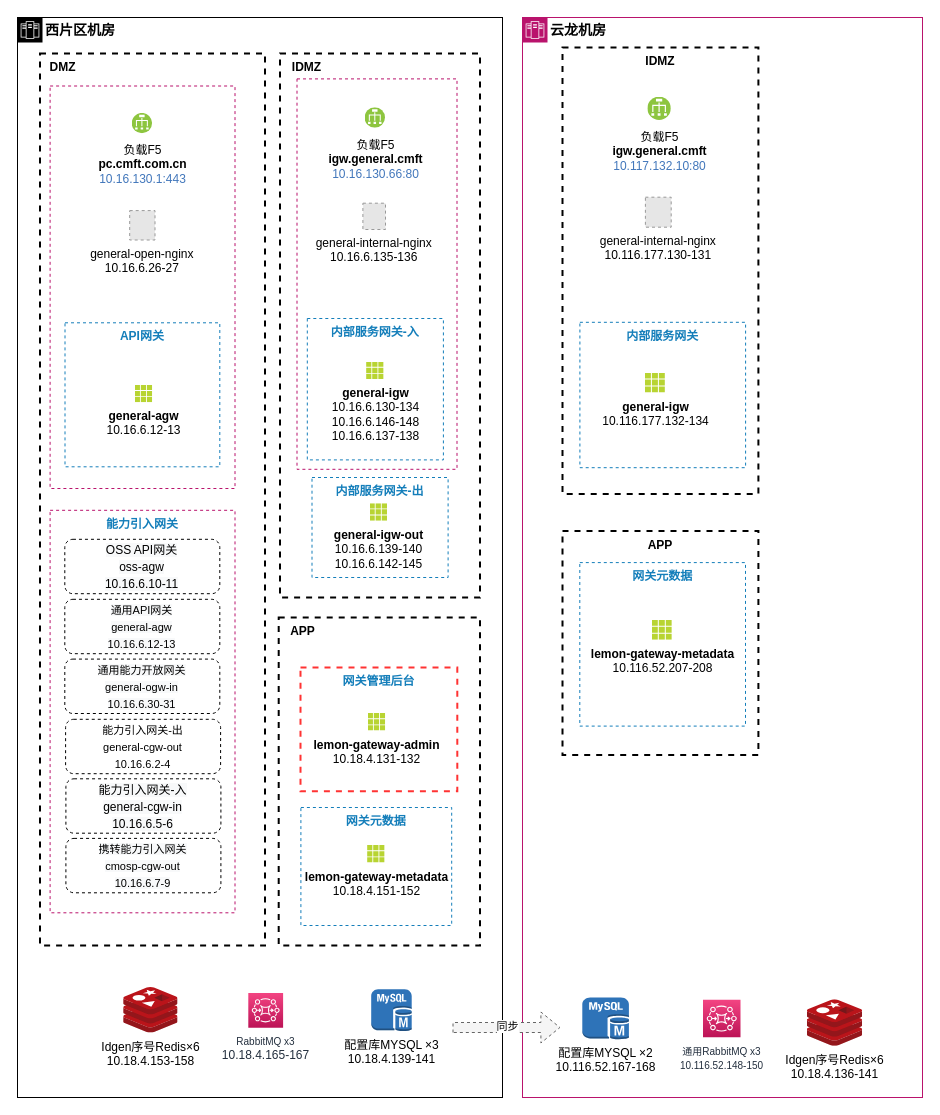
Above: page "现状部署图" (1 of 2) of drawio/通用中台网关现状.drawio in hezhuma/image-repo (draw.io), before the change. Source tidied: cells renumbered, new cells numbered last; positions are measured from the earlier drawing's top-left corner, leaving out a move shared by most shapes. Both pictures are drawn from the tidied source at 100%, with x=0, y=0 at pixel (17, 17). Pictures stored in the file or linked from it are replaced by grey dashed boxes.
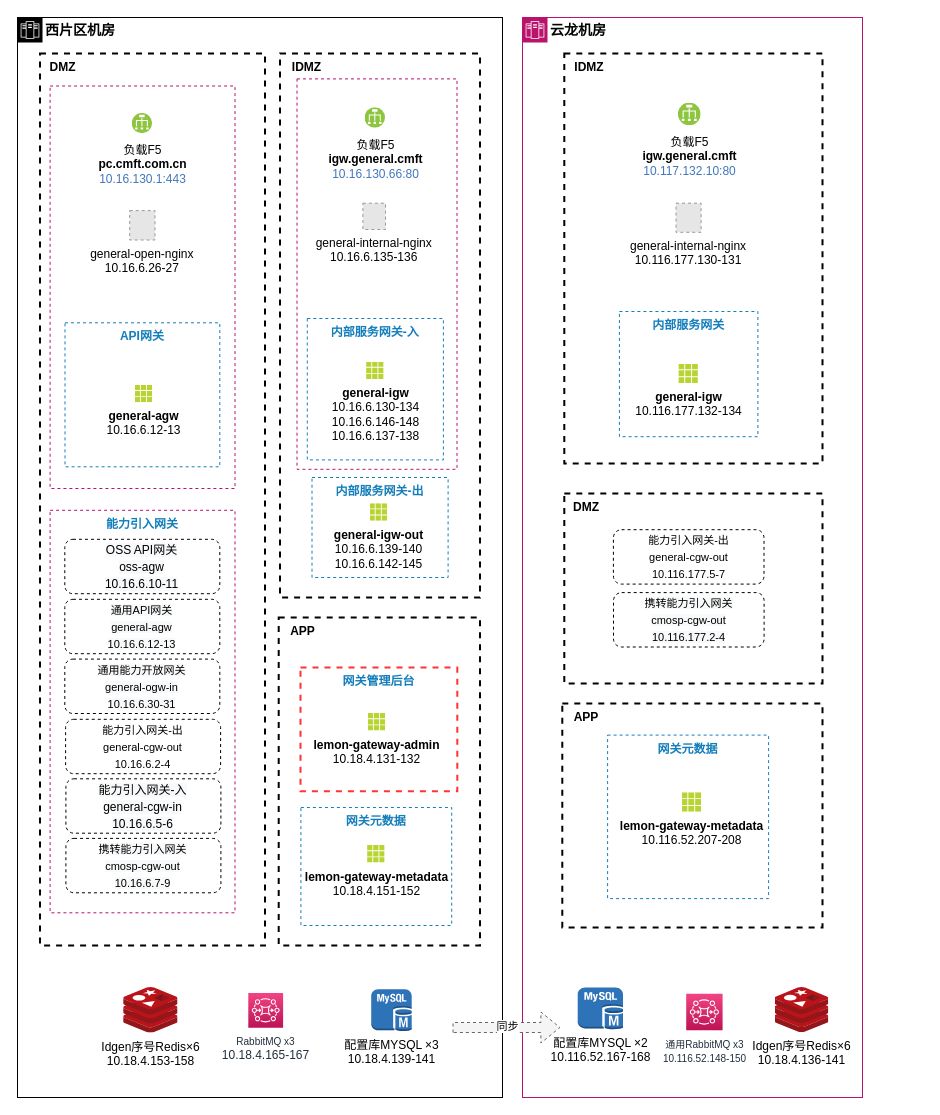
The same page after the edit.

The change refers to these unchanged cells:
```xml
<mxCell id="2" value="&lt;b&gt;西片区机房&lt;/b&gt;" style="shape=mxgraph.ibm.box;prType=zone;fontStyle=0;verticalAlign=top;align=left;spacingLeft=32;spacingTop=4;rounded=0;whiteSpace=wrap;html=1;strokeWidth=1;dashed=0;spacing=-4;fontSize=14;" parent="1" vertex="1">
  <mxGeometry width="485" height="1080" as="geometry" />
</mxCell>
```

Change to the diagram source:
```diff
@@
+    <mxCell id="31" value="能力引入网关" style="fillColor=none;strokeColor=#b9136c;dashed=1;verticalAlign=top;fontStyle=1;fontColor=#147EBA;" parent="2" vertex="1">
+      <mxGeometry x="32.6" y="492.8" width="184.9" height="402.5" as="geometry" />
+    </mxCell>
@@
-    <mxCell id="31" value="能力引入网关" style="fillColor=none;strokeColor=#b9136c;dashed=1;verticalAlign=top;fontStyle=1;fontColor=#147EBA;" parent="2" vertex="1">
-      <mxGeometry x="32.6" y="492.8" width="184.9" height="402.5" as="geometry" />
-    </mxCell>
@@
     <mxCell id="35" value="&lt;b&gt;云龙机房&lt;/b&gt;" style="shape=mxgraph.ibm.box;prType=zone;fontStyle=0;verticalAlign=top;align=left;spacingLeft=32;spacingTop=4;rounded=0;whiteSpace=wrap;html=1;strokeWidth=1;dashed=0;spacing=-4;fontSize=14;strokeColor=#b9136c;" parent="1" vertex="1">
-      <mxGeometry x="505" width="400" height="1080" as="geometry" />
+      <mxGeometry x="505" width="340" height="1080" as="geometry" />
     </mxCell>
     <mxCell id="36" value="配置库MYSQL ×2&lt;br&gt;10.116.52.167-168" style="dashed=0;verticalLabelPosition=bottom;verticalAlign=top;align=center;html=1;shape=mxgraph.aws3.mysql_db_instance;fillColor=#2E73B8;gradientColor=none;" parent="35" vertex="1">
-      <mxGeometry x="59.8" y="980" width="46.6" height="42" as="geometry" />
+      <mxGeometry x="55.2" y="970" width="45.3" height="42" as="geometry" />
     </mxCell>
     <mxCell id="37" value="&lt;span style=&quot;font-size: 10px&quot;&gt;通用RabbitMQ x3&lt;br&gt;&lt;/span&gt;&lt;span style=&quot;font-size: 10px&quot;&gt;10.116.52.148-150&lt;/span&gt;" style="fontColor=#232F3E;gradientColor=#F34482;gradientDirection=north;fillColor=#BC1356;strokeColor=#ffffff;dashed=0;verticalLabelPosition=bottom;verticalAlign=top;align=center;html=1;fontSize=12;fontStyle=0;shape=mxgraph.aws4.resourceIcon;resIcon=mxgraph.aws4.mq;" parent="35" vertex="1">
-      <mxGeometry x="180.5" y="982.3" width="37.5" height="37.5" as="geometry" />
+      <mxGeometry x="163.7" y="976.3" width="36.4" height="36.4" as="geometry" />
     </mxCell>
     <mxCell id="38" value="Idgen序号Redis×6&lt;br&gt;10.18.4.136-141" style="html=1;align=center;image;fontSize=12;image=img/lib/mscae/Cache_Redis_Product.svg;strokeColor=#009900;strokeWidth=2;" parent="35" vertex="1">
-      <mxGeometry x="284.8" y="982.3" width="55.3" height="46.5" as="geometry" />
+      <mxGeometry x="252.6" y="970" width="53.7" height="45.2" as="geometry" />
     </mxCell>
-    <mxCell id="39" value="内部服务网关" style="fillColor=none;strokeColor=#147EBA;dashed=1;verticalAlign=top;fontStyle=1;fontColor=#147EBA;" parent="35" vertex="1">
-      <mxGeometry x="57.4" y="304.8" width="165.7" height="145.4" as="geometry" />
-    </mxCell>
     <mxCell id="40" style="fillColor=none;strokeColor=#000000;dashed=1;verticalAlign=top;fontStyle=1;fontColor=#000000;strokeWidth=2;" parent="35" vertex="1">
-      <mxGeometry x="40" y="513.5" width="195.9" height="223.9" as="geometry" />
+      <mxGeometry x="39.8" y="686" width="260.2" height="223.9" as="geometry" />
     </mxCell>
     <mxCell id="41" value="网关元数据" style="fillColor=none;strokeColor=#147EBA;dashed=1;verticalAlign=top;fontStyle=1;fontColor=#147EBA;" parent="35" vertex="1">
-      <mxGeometry x="57.3" y="545.1" width="165.7" height="163.5" as="geometry" />
+      <mxGeometry x="85.1" y="717.6" width="161" height="163.5" as="geometry" />
     </mxCell>
+    <mxCell id="47" value="&lt;b&gt;lemon-gateway-metadata&lt;/b&gt;&lt;br&gt;10.116.52.207-208" style="html=1;align=center;image;fontSize=12;image=img/lib/mscae/Grid3x3.svg;dashed=1;strokeColor=#3399FF;strokeWidth=2;" parent="35" vertex="1">
+      <mxGeometry x="159.5" y="775.3" width="19.5" height="19.5" as="geometry" />
+    </mxCell>
+    <mxCell id="45" value="&lt;b&gt;APP&lt;/b&gt;" style="text;html=1;strokeColor=none;fillColor=none;align=center;verticalAlign=middle;whiteSpace=wrap;rounded=0;" parent="35" vertex="1">
+      <mxGeometry x="38.9" y="686" width="50.1" height="28.8" as="geometry" />
+    </mxCell>
     <mxCell id="42" style="fillColor=none;strokeColor=#000000;dashed=1;verticalAlign=top;fontStyle=1;fontColor=#000000;strokeWidth=2;" parent="35" vertex="1">
-      <mxGeometry x="40" y="30" width="195.9" height="446.4" as="geometry" />
+      <mxGeometry x="41.8" y="36" width="258.2" height="410" as="geometry" />
     </mxCell>
+    <mxCell id="39" value="内部服务网关" style="fillColor=none;strokeColor=#147EBA;dashed=1;verticalAlign=top;fontStyle=1;fontColor=#147EBA;" parent="35" vertex="1">
+      <mxGeometry x="96.9" y="294" width="138.5" height="125.2" as="geometry" />
+    </mxCell>
     <mxCell id="43" value="&lt;font color=&quot;#000000&quot;&gt;负载F5&lt;br&gt;&lt;/font&gt;&lt;font color=&quot;#000000&quot;&gt;&lt;b&gt;igw.general.cmft&lt;/b&gt;&lt;br&gt;&lt;/font&gt;10.117.132.10:80&lt;font color=&quot;#000000&quot;&gt;&lt;br&gt;&lt;/font&gt;" style="perimeter=ellipsePerimeter;html=1;align=center;shadow=0;dashed=0;fontColor=#4277BB;labelBackgroundColor=#ffffff;fontSize=12;spacingTop=3;image;image=img/lib/ibm/vpc/LoadBalancer.svg;strokeColor=#3399FF;strokeWidth=2;" parent="35" vertex="1">
-      <mxGeometry x="125.4" y="79.6" width="23.4" height="23.4" as="geometry" />
+      <mxGeometry x="155.9" y="85.6" width="22.7" height="22.7" as="geometry" />
     </mxCell>
     <mxCell id="44" value="&lt;b&gt;IDMZ&lt;/b&gt;" style="text;html=1;strokeColor=none;fillColor=none;align=center;verticalAlign=middle;whiteSpace=wrap;rounded=0;" parent="35" vertex="1">
-      <mxGeometry x="111.6" y="30" width="51.5" height="28.8" as="geometry" />
+      <mxGeometry x="41.8" y="36" width="50.1" height="28.8" as="geometry" />
     </mxCell>
-    <mxCell id="45" value="&lt;b&gt;APP&lt;/b&gt;" style="text;html=1;strokeColor=none;fillColor=none;align=center;verticalAlign=middle;whiteSpace=wrap;rounded=0;" parent="35" vertex="1">
-      <mxGeometry x="112.2" y="513.5" width="51.5" height="28.8" as="geometry" />
-    </mxCell>
     <mxCell id="46" value="&lt;b&gt;general-igw&lt;/b&gt;&lt;br&gt;10.116.177.132-134" style="html=1;align=center;image;fontSize=12;image=img/lib/mscae/Grid3x3.svg;dashed=1;strokeColor=#3399FF;strokeWidth=2;" parent="35" vertex="1">
-      <mxGeometry x="122.9" y="355.5" width="20" height="20" as="geometry" />
+      <mxGeometry x="156.4" y="346.5" width="19.5" height="19.5" as="geometry" />
     </mxCell>
-    <mxCell id="47" value="&lt;b&gt;lemon-gateway-metadata&lt;/b&gt;&lt;br&gt;10.116.52.207-208" style="html=1;align=center;image;fontSize=12;image=img/lib/mscae/Grid3x3.svg;dashed=1;strokeColor=#3399FF;strokeWidth=2;" parent="35" vertex="1">
-      <mxGeometry x="129.8" y="602.8" width="20" height="20" as="geometry" />
-    </mxCell>
     <mxCell id="48" value="general-internal-nginx&#10;10.116.177.130-131" style="fillColor=#E6E6E6;strokeColor=#999999;dashed=1;verticalLabelPosition=bottom;labelBackgroundColor=default;verticalAlign=top;" parent="35" vertex="1">
-      <mxGeometry x="122.9" y="179.7" width="25.8" height="30" as="geometry" />
+      <mxGeometry x="153.5" y="185.7" width="25.1" height="29.1" as="geometry" />
     </mxCell>
+    <mxCell id="51" style="fillColor=none;strokeColor=#000000;dashed=1;verticalAlign=top;fontStyle=1;fontColor=#000000;strokeWidth=2;" parent="35" vertex="1">
+      <mxGeometry x="41.8" y="476" width="258.2" height="190" as="geometry" />
+    </mxCell>
+    <mxCell id="52" value="&lt;b&gt;DMZ&lt;/b&gt;" style="text;html=1;strokeColor=none;fillColor=none;align=center;verticalAlign=middle;whiteSpace=wrap;rounded=0;" parent="35" vertex="1">
+      <mxGeometry x="41.8" y="476" width="43.5" height="28.6" as="geometry" />
+    </mxCell>
+    <mxCell id="53" value="&lt;font style=&quot;font-size: 11px;&quot;&gt;&lt;font style=&quot;font-size: 11px;&quot; color=&quot;#000000&quot;&gt;能力引入网关-出&lt;/font&gt;&lt;font style=&quot;font-size: 11px;&quot; color=&quot;#232f3e&quot;&gt;&lt;br style=&quot;font-size: 11px;&quot;&gt;&lt;/font&gt;&lt;font style=&quot;font-size: 11px;&quot; color=&quot;#000000&quot;&gt;general-cgw-out&lt;br style=&quot;font-size: 11px;&quot;&gt;&lt;/font&gt;&lt;font style=&quot;font-size: 11px;&quot; color=&quot;#000000&quot;&gt;10.116.177.5-7&lt;/font&gt;&lt;/font&gt;&lt;font color=&quot;#000000&quot;&gt;&lt;br&gt;&lt;/font&gt;" style="rounded=1;whiteSpace=wrap;html=1;strokeColor=#000000;fontSize=14;fontColor=#3333FF;dashed=1;" parent="35" vertex="1">
+      <mxGeometry x="90.9" y="512.2" width="150.6" height="54.4" as="geometry" />
+    </mxCell>
+    <mxCell id="54" value="&lt;font style=&quot;font-size: 11px;&quot;&gt;&lt;font style=&quot;background-color: rgb(248, 249, 250); font-size: 11px;&quot; color=&quot;#000000&quot;&gt;携转能力引入网关&lt;/font&gt;&lt;br style=&quot;background-color: rgb(248, 249, 250); font-size: 11px;&quot;&gt;&lt;font style=&quot;background-color: rgb(248, 249, 250); font-size: 11px;&quot; color=&quot;#000000&quot;&gt;cmosp-cgw-out&lt;br style=&quot;font-size: 11px;&quot;&gt;&lt;/font&gt;&lt;font style=&quot;background-color: rgb(248, 249, 250); font-size: 11px;&quot; color=&quot;#000000&quot;&gt;10.116.177.2-4&lt;/font&gt;&lt;/font&gt;&lt;font color=&quot;#000000&quot;&gt;&lt;br&gt;&lt;/font&gt;" style="rounded=1;whiteSpace=wrap;html=1;strokeColor=#000000;fontSize=14;fontColor=#3333FF;dashed=1;" parent="35" vertex="1">
+      <mxGeometry x="91" y="575.1" width="150.6" height="54.4" as="geometry" />
+    </mxCell>
```
